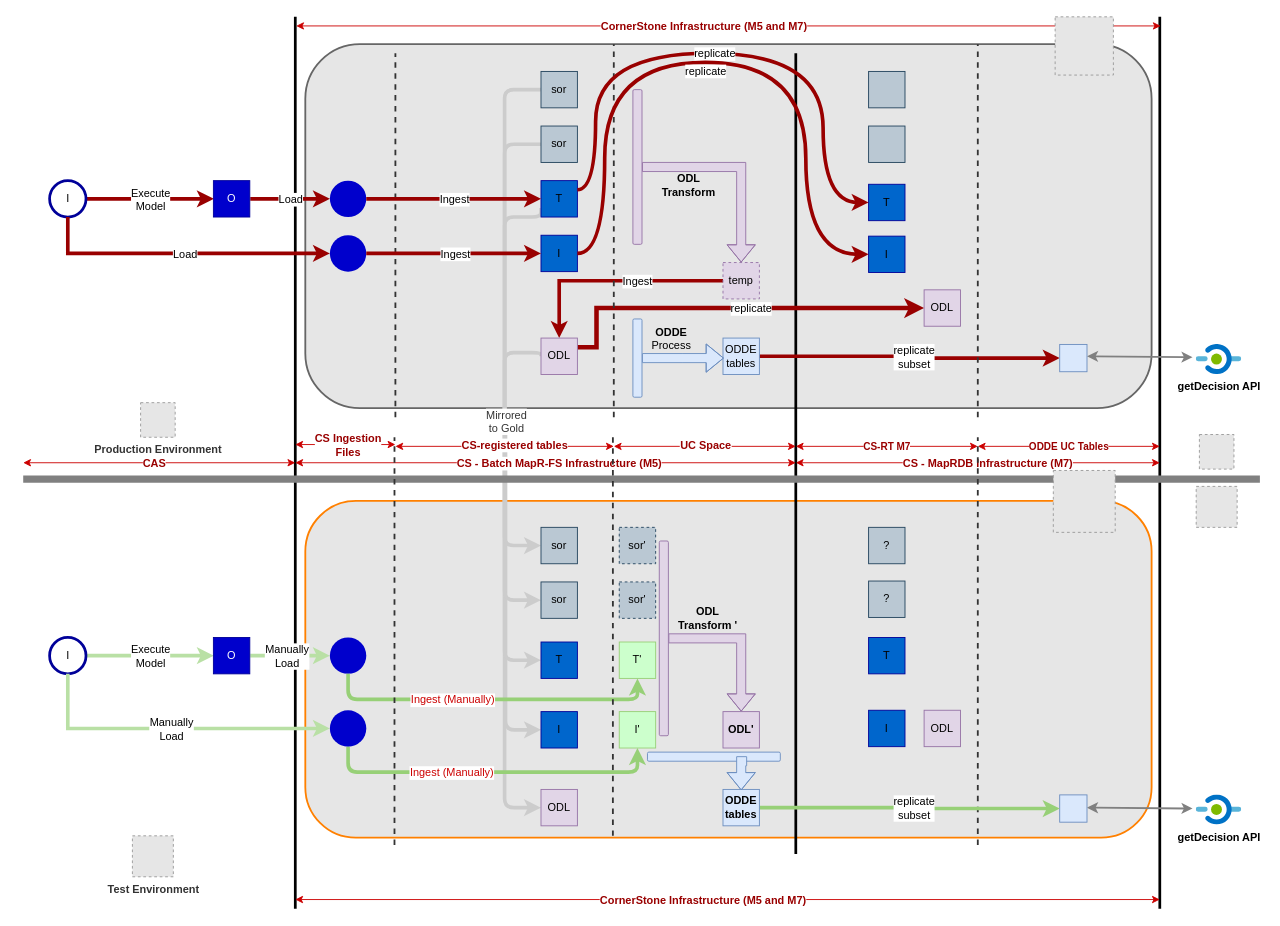
gaurjain/drawio keeps this draw.io diagram as DataflowCS.drawio. Above is the earlier version. Source tidied: cells renumbered, new cells numbered last; positions are measured from the earlier drawing's top-left corner, leaving out a move shared by most shapes. Both pictures are drawn from the tidied source at 91%, with x=0, y=0 at pixel (23, 16). Pictures stored in the file or linked from it are replaced by grey dashed boxes.
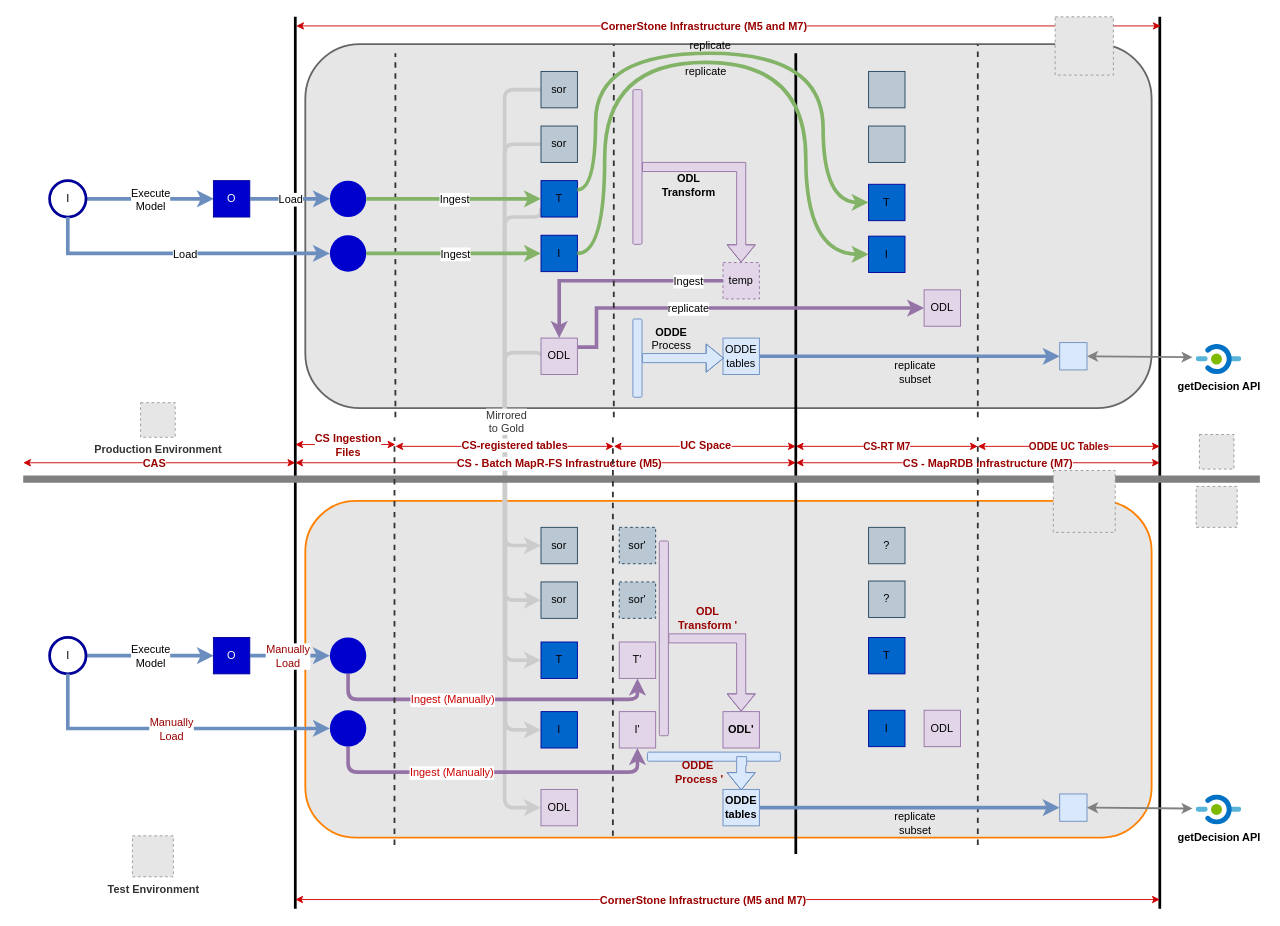
The same page after the edit.

Unchanged cells that the change refers to:
```xml
<mxCell id="15" value="T" style="whiteSpace=wrap;html=1;strokeColor=#000099;fillColor=#0066CC;verticalAlign=middle;" parent="1" vertex="1">
  <mxGeometry x="569" y="180" width="40" height="40" as="geometry" />
</mxCell>
<mxCell id="18" value="temp" style="whiteSpace=wrap;html=1;strokeColor=#9673a6;fillColor=#e1d5e7;dashed=1;" parent="1" vertex="1">
  <mxGeometry x="769" y="270" width="40" height="40" as="geometry" />
</mxCell>
<mxCell id="23" value="ODL" style="whiteSpace=wrap;html=1;fillColor=#e1d5e7;strokeColor=#9673a6;" parent="1" vertex="1">
  <mxGeometry x="569" y="353" width="40" height="40" as="geometry" />
</mxCell>
<mxCell id="28" value="I" style="shape=ellipse;fillColor=none;strokeColor=#000099;html=1;verticalAlign=middle;strokeWidth=3;" parent="1" vertex="1">
  <mxGeometry x="29" y="180" width="40" height="40" as="geometry" />
</mxCell>
<mxCell id="29" style="shape=ellipse;fillColor=#0000CC;strokeColor=none;html=1;verticalAlign=middle;" parent="1" vertex="1">
  <mxGeometry x="337" y="180" width="40" height="40" as="geometry" />
</mxCell>
<mxCell id="50" value="T" style="whiteSpace=wrap;html=1;strokeColor=#000099;fillColor=#0066CC;" parent="1" vertex="1">
  <mxGeometry x="929" y="184" width="40" height="40" as="geometry" />
</mxCell>
<mxCell id="56" style="edgeStyle=orthogonalEdgeStyle;curved=1;rounded=0;jettySize=auto;html=1;strokeColor=#9673a6;strokeWidth=1;shape=flexArrow;exitX=1;exitY=0.5;exitDx=0;exitDy=0;fillColor=#e1d5e7;" parent="1" edge="1" source="55" target="59">
  <mxGeometry relative="1" as="geometry">
    <Array as="points">
      <mxPoint x="789" y="683" />
    </Array>
  </mxGeometry>
</mxCell>
<mxCell id="65" value="I" style="shape=ellipse;fillColor=none;strokeColor=#000099;html=1;verticalAlign=middle;strokeWidth=3;" parent="1" vertex="1">
  <mxGeometry x="29" y="682" width="40" height="40" as="geometry" />
</mxCell>
<mxCell id="66" style="shape=ellipse;fillColor=#0000CC;strokeColor=none;html=1;verticalAlign=middle;" parent="1" vertex="1">
  <mxGeometry x="337" y="682" width="40" height="40" as="geometry" />
</mxCell>
<mxCell id="97" value="I" style="whiteSpace=wrap;html=1;strokeColor=#000099;fillColor=#0066CC;verticalAlign=middle;" parent="1" vertex="1">
  <mxGeometry x="569" y="240" width="40" height="40" as="geometry" />
</mxCell>
<mxCell id="98" style="shape=ellipse;fillColor=#0000CC;strokeColor=none;html=1;verticalAlign=middle;" parent="1" vertex="1">
  <mxGeometry x="337" y="240" width="40" height="40" as="geometry" />
</mxCell>
<mxCell id="103" value="I" style="whiteSpace=wrap;html=1;strokeColor=#000099;fillColor=#0066CC;verticalAlign=middle;" parent="1" vertex="1">
  <mxGeometry x="929" y="241" width="40" height="40" as="geometry" />
</mxCell>
<mxCell id="106" style="shape=ellipse;fillColor=#0000CC;strokeColor=none;html=1;verticalAlign=middle;" parent="1" vertex="1">
  <mxGeometry x="337" y="762" width="40" height="40" as="geometry" />
</mxCell>
<mxCell id="115" value="ODDE&lt;br&gt;tables" style="whiteSpace=wrap;html=1;strokeColor=#6c8ebf;fillColor=#dae8fc;" parent="1" vertex="1">
  <mxGeometry x="769" y="353" width="40" height="40" as="geometry" />
</mxCell>
<mxCell id="118" value="ODL" style="whiteSpace=wrap;html=1;fillColor=#e1d5e7;strokeColor=#9673a6;" parent="1" vertex="1">
  <mxGeometry x="990" y="300" width="40" height="40" as="geometry" />
</mxCell>
<mxCell id="122" value="&lt;b&gt;ODDE&lt;br&gt;tables&lt;/b&gt;" style="whiteSpace=wrap;html=1;strokeColor=#6c8ebf;fillColor=#dae8fc;" parent="1" vertex="1">
  <mxGeometry x="769" y="849" width="40" height="40" as="geometry" />
</mxCell>
<mxCell id="123" style="edgeStyle=orthogonalEdgeStyle;curved=1;rounded=0;jettySize=auto;html=1;strokeColor=#6c8ebf;strokeWidth=1;shape=flexArrow;exitX=1;exitY=0.25;exitDx=0;exitDy=0;fillColor=#dae8fc;" parent="1" edge="1" source="121">
  <mxGeometry relative="1" as="geometry">
    <mxPoint x="789" y="850" as="targetPoint" />
  </mxGeometry>
</mxCell>
```

The edit, as a diff of the source:
```diff
@@
-    <mxCell id="16" style="edgeStyle=orthogonalEdgeStyle;rounded=0;jettySize=auto;html=1;strokeColor=#990000;strokeWidth=4;" parent="1" edge="1" source="18" target="23">
+    <mxCell id="16" style="edgeStyle=orthogonalEdgeStyle;rounded=0;jettySize=auto;html=1;strokeColor=#9673a6;strokeWidth=4;fillColor=#e1d5e7;" parent="1" edge="1" source="18" target="23">
       <mxGeometry relative="1" as="geometry" />
     </mxCell>
     <mxCell id="17" value="Ingest" style="text;html=1;align=center;verticalAlign=middle;labelBackgroundColor=#ffffff;" parent="16" vertex="1">
       <mxGeometry x="-0.39" y="13" relative="1" as="geometry">
-        <mxPoint x="-21" y="-13" as="offset" />
+        <mxPoint x="35" y="-13" as="offset" />
       </mxGeometry>
     </mxCell>
@@
-    <mxCell id="19" style="rounded=0;jettySize=auto;html=1;strokeColor=#990000;strokeWidth=4;edgeStyle=orthogonalEdgeStyle;exitX=1;exitY=0.5;exitDx=0;exitDy=0;" parent="1" edge="1" source="115" target="25">
+    <mxCell id="19" style="rounded=0;jettySize=auto;html=1;strokeColor=#6c8ebf;strokeWidth=4;edgeStyle=orthogonalEdgeStyle;exitX=1;exitY=0.5;exitDx=0;exitDy=0;fillColor=#dae8fc;" parent="1" edge="1" source="115" target="25">
       <mxGeometry relative="1" as="geometry" />
     </mxCell>
-    <mxCell id="20" value="replicate &lt;br&gt;subset" style="text;html=1;align=center;verticalAlign=middle;labelBackgroundColor=#ffffff;" parent="19" vertex="1">
+    <mxCell id="20" value="replicate &lt;br&gt;subset" style="text;html=1;align=center;verticalAlign=middle;labelBackgroundColor=none;" parent="19" vertex="1">
       <mxGeometry x="-0.3" y="-1" relative="1" as="geometry">
-        <mxPoint x="53" y="-1" as="offset" />
+        <mxPoint x="55" y="16" as="offset" />
       </mxGeometry>
     </mxCell>
-    <mxCell id="21" style="edgeStyle=orthogonalEdgeStyle;rounded=0;jettySize=auto;html=1;strokeWidth=5;strokeColor=#990000;exitX=1;exitY=0.25;exitDx=0;exitDy=0;entryX=0;entryY=0.5;entryDx=0;entryDy=0;" parent="1" edge="1" source="23" target="118">
+    <mxCell id="21" style="edgeStyle=orthogonalEdgeStyle;rounded=0;jettySize=auto;html=1;strokeWidth=4;strokeColor=#9673a6;exitX=1;exitY=0.25;exitDx=0;exitDy=0;entryX=0;entryY=0.5;entryDx=0;entryDy=0;fillColor=#e1d5e7;" parent="1" edge="1" source="23" target="118">
       <mxGeometry relative="1" as="geometry">
         <Array as="points">
           <mxPoint x="630" y="363" />
           <mxPoint x="630" y="320" />
         </Array>
       </mxGeometry>
     </mxCell>
     <mxCell id="22" value="replicate" style="text;html=1;align=center;verticalAlign=middle;labelBackgroundColor=#ffffff;" parent="21" vertex="1">
-      <mxGeometry x="0.1" relative="1" as="geometry" />
+      <mxGeometry x="0.1" relative="1" as="geometry">
+        <mxPoint x="-69" as="offset" />
+      </mxGeometry>
     </mxCell>
@@
     <mxCell id="25" style="whiteSpace=wrap;html=1;fillColor=#dae8fc;strokeColor=#6c8ebf;" parent="1" vertex="1">
-      <mxGeometry x="1139" y="360" width="30" height="30" as="geometry" />
+      <mxGeometry x="1139" y="358" width="30" height="30" as="geometry" />
     </mxCell>
-    <mxCell id="26" style="rounded=0;jettySize=auto;html=1;entryX=0;entryY=0.5;entryDx=0;entryDy=0;exitX=1;exitY=0.5;exitDx=0;exitDy=0;strokeColor=#990000;strokeWidth=4;verticalAlign=middle;" parent="1" edge="1" source="28">
+    <mxCell id="26" style="rounded=0;jettySize=auto;html=1;entryX=0;entryY=0.5;entryDx=0;entryDy=0;exitX=1;exitY=0.5;exitDx=0;exitDy=0;strokeColor=#6c8ebf;strokeWidth=4;verticalAlign=middle;fillColor=#dae8fc;" parent="1" edge="1" source="28">
       <mxGeometry relative="1" as="geometry">
         <mxPoint x="209.5" y="200" as="targetPoint" />
       </mxGeometry>
     </mxCell>
@@
-    <mxCell id="31" style="rounded=0;jettySize=auto;html=1;entryX=0;entryY=0.5;entryDx=0;entryDy=0;exitX=1;exitY=0.5;exitDx=0;exitDy=0;strokeColor=#990000;strokeWidth=4;verticalAlign=middle;fillColor=#0000CC;" parent="1" edge="1" target="29">
+    <mxCell id="31" style="rounded=0;jettySize=auto;html=1;entryX=0;entryY=0.5;entryDx=0;entryDy=0;exitX=1;exitY=0.5;exitDx=0;exitDy=0;strokeColor=#6c8ebf;strokeWidth=4;verticalAlign=middle;fillColor=#dae8fc;" parent="1" edge="1" target="29">
       <mxGeometry relative="1" as="geometry">
         <mxPoint x="249.5" y="200" as="sourcePoint" />
       </mxGeometry>
     </mxCell>
@@
-    <mxCell id="51" style="edgeStyle=orthogonalEdgeStyle;curved=1;rounded=0;jettySize=auto;html=1;strokeColor=#990000;strokeWidth=4;entryX=0;entryY=0.5;entryDx=0;entryDy=0;exitX=1;exitY=0.25;exitDx=0;exitDy=0;" parent="1" edge="1" source="15" target="50">
+    <mxCell id="51" style="edgeStyle=orthogonalEdgeStyle;curved=1;rounded=0;jettySize=auto;html=1;strokeColor=#82b366;strokeWidth=4;entryX=0;entryY=0.5;entryDx=0;entryDy=0;exitX=1;exitY=0.25;exitDx=0;exitDy=0;fillColor=#d5e8d4;" parent="1" edge="1" source="15" target="50">
       <mxGeometry relative="1" as="geometry">
         <Array as="points">
           <mxPoint x="629" y="190" />
           <mxPoint x="629" y="40" />
           <mxPoint x="879" y="40" />
           <mxPoint x="879" y="204" />
         </Array>
       </mxGeometry>
     </mxCell>
-    <mxCell id="52" value="replicate" style="text;html=1;align=center;verticalAlign=middle;labelBackgroundColor=#ffffff;" parent="51" vertex="1">
+    <mxCell id="52" value="replicate" style="text;html=1;align=center;verticalAlign=middle;labelBackgroundColor=none;" parent="51" vertex="1">
       <mxGeometry x="0.01" y="3" relative="1" as="geometry">
-        <mxPoint x="-20" y="3" as="offset" />
+        <mxPoint x="-25" y="-6" as="offset" />
       </mxGeometry>
     </mxCell>
@@
-    <mxCell id="57" value="&lt;b&gt;ODL &lt;br&gt;Transform '&lt;/b&gt;" style="text;html=1;align=center;verticalAlign=middle;labelBackgroundColor=none;" parent="56" vertex="1">
+    <mxCell id="57" value="&lt;b&gt;ODL &lt;br&gt;Transform '&lt;/b&gt;" style="text;html=1;align=center;verticalAlign=middle;labelBackgroundColor=none;fontColor=#990000;" parent="56" vertex="1">
       <mxGeometry x="-0.3" y="-2" relative="1" as="geometry">
         <mxPoint x="-14" y="-25" as="offset" />
       </mxGeometry>
     </mxCell>
-    <mxCell id="58" value="T'" style="whiteSpace=wrap;html=1;strokeColor=#97D077;fillColor=#CCFFCC;verticalAlign=middle;" parent="1" vertex="1">
+    <mxCell id="58" value="T'" style="whiteSpace=wrap;html=1;strokeColor=#9673a6;fillColor=#e1d5e7;verticalAlign=middle;" parent="1" vertex="1">
       <mxGeometry x="655" y="687" width="40" height="40" as="geometry" />
     </mxCell>
@@
     <mxCell id="62" style="whiteSpace=wrap;html=1;fillColor=#dae8fc;strokeColor=#6c8ebf;" parent="1" vertex="1">
-      <mxGeometry x="1139" y="855" width="30" height="30" as="geometry" />
+      <mxGeometry x="1139" y="854" width="30" height="30" as="geometry" />
     </mxCell>
-    <mxCell id="63" style="rounded=0;jettySize=auto;html=1;entryX=0;entryY=0.5;entryDx=0;entryDy=0;exitX=1;exitY=0.5;exitDx=0;exitDy=0;strokeColor=#B9E0A5;strokeWidth=4;verticalAlign=middle;" parent="1" edge="1" source="65">
+    <mxCell id="63" style="rounded=0;jettySize=auto;html=1;entryX=0;entryY=0.5;entryDx=0;entryDy=0;exitX=1;exitY=0.5;exitDx=0;exitDy=0;strokeColor=#6c8ebf;strokeWidth=4;verticalAlign=middle;fillColor=#dae8fc;" parent="1" edge="1" source="65">
       <mxGeometry relative="1" as="geometry">
         <mxPoint x="209.5" y="702" as="targetPoint" />
       </mxGeometry>
     </mxCell>
@@
-    <mxCell id="67" style="rounded=0;jettySize=auto;html=1;entryX=0;entryY=0.5;entryDx=0;entryDy=0;exitX=1;exitY=0.5;exitDx=0;exitDy=0;strokeColor=#B9E0A5;strokeWidth=4;verticalAlign=middle;fillColor=#0000CC;" parent="1" edge="1" target="66">
+    <mxCell id="67" style="rounded=0;jettySize=auto;html=1;entryX=0;entryY=0.5;entryDx=0;entryDy=0;exitX=1;exitY=0.5;exitDx=0;exitDy=0;strokeColor=#6c8ebf;strokeWidth=4;verticalAlign=middle;fillColor=#dae8fc;" parent="1" edge="1" target="66">
       <mxGeometry relative="1" as="geometry">
         <mxPoint x="249.5" y="702" as="sourcePoint" />
       </mxGeometry>
     </mxCell>
-    <mxCell id="68" value="Manually&lt;br&gt;Load" style="text;html=1;align=center;verticalAlign=middle;labelBackgroundColor=#ffffff;fillColor=#0000CC;" parent="67" vertex="1">
+    <mxCell id="68" value="Manually&lt;br&gt;Load" style="text;html=1;align=center;verticalAlign=middle;labelBackgroundColor=#ffffff;fillColor=#0000CC;fontColor=#990000;" parent="67" vertex="1">
       <mxGeometry x="0.03" y="-1" relative="1" as="geometry">
-        <mxPoint x="-5.5" y="-1" as="offset" />
+        <mxPoint x="-4.5" y="-1" as="offset" />
       </mxGeometry>
     </mxCell>
@@
-    <mxCell id="74" style="endArrow=classic;html=1;strokeColor=#97D077;strokeWidth=4;fillColor=#B3B3B3;fontColor=#CC0000;exitX=0.5;exitY=1;exitDx=0;exitDy=0;entryX=0.5;entryY=1;entryDx=0;entryDy=0;edgeStyle=orthogonalEdgeStyle;" parent="1" edge="1" source="66" target="58">
+    <mxCell id="74" style="endArrow=classic;html=1;strokeColor=#9673a6;strokeWidth=4;fillColor=#e1d5e7;fontColor=#CC0000;exitX=0.5;exitY=1;exitDx=0;exitDy=0;entryX=0.5;entryY=1;entryDx=0;entryDy=0;edgeStyle=orthogonalEdgeStyle;" parent="1" edge="1" source="66" target="58">
       <mxGeometry relative="1" as="geometry">
         <Array as="points">
           <mxPoint x="357" y="750" />
           <mxPoint x="675" y="750" />
         </Array>
       </mxGeometry>
     </mxCell>
@@
-    <mxCell id="76" style="rounded=0;jettySize=auto;html=1;exitX=1;exitY=0.5;exitDx=0;exitDy=0;strokeColor=#990000;strokeWidth=4;edgeStyle=orthogonalEdgeStyle;curved=1;verticalAlign=middle;" parent="1" edge="1" source="29" target="15">
+    <mxCell id="76" style="rounded=0;jettySize=auto;html=1;exitX=1;exitY=0.5;exitDx=0;exitDy=0;strokeColor=#82b366;strokeWidth=4;edgeStyle=orthogonalEdgeStyle;curved=1;verticalAlign=middle;fillColor=#d5e8d4;" parent="1" edge="1" source="29" target="15">
       <mxGeometry relative="1" as="geometry" />
     </mxCell>
@@
-    <mxCell id="99" style="rounded=0;jettySize=auto;html=1;entryX=0;entryY=0.5;entryDx=0;entryDy=0;exitX=0.5;exitY=1;exitDx=0;exitDy=0;strokeColor=#990000;strokeWidth=4;verticalAlign=middle;fillColor=#0000CC;edgeStyle=orthogonalEdgeStyle;" parent="1" edge="1" source="28" target="98">
+    <mxCell id="99" style="rounded=0;jettySize=auto;html=1;entryX=0;entryY=0.5;entryDx=0;entryDy=0;exitX=0.5;exitY=1;exitDx=0;exitDy=0;strokeColor=#6c8ebf;strokeWidth=4;verticalAlign=middle;fillColor=#dae8fc;edgeStyle=orthogonalEdgeStyle;" parent="1" edge="1" source="28" target="98">
       <mxGeometry relative="1" as="geometry" />
     </mxCell>
@@
-    <mxCell id="101" style="rounded=0;jettySize=auto;html=1;exitX=1;exitY=0.5;exitDx=0;exitDy=0;strokeColor=#990000;strokeWidth=4;edgeStyle=orthogonalEdgeStyle;curved=1;verticalAlign=middle;" parent="1" edge="1" source="98">
+    <mxCell id="101" style="rounded=0;jettySize=auto;html=1;exitX=1;exitY=0.5;exitDx=0;exitDy=0;strokeColor=#82b366;strokeWidth=4;edgeStyle=orthogonalEdgeStyle;curved=1;verticalAlign=middle;fillColor=#d5e8d4;" parent="1" edge="1" source="98">
       <mxGeometry relative="1" as="geometry">
         <mxPoint x="569" y="260" as="targetPoint" />
       </mxGeometry>
     </mxCell>
@@
-    <mxCell id="104" style="edgeStyle=orthogonalEdgeStyle;curved=1;rounded=0;jettySize=auto;html=1;strokeColor=#990000;strokeWidth=4;entryX=0;entryY=0.5;entryDx=0;entryDy=0;exitX=1;exitY=0.5;exitDx=0;exitDy=0;" parent="1" edge="1" source="97" target="103">
+    <mxCell id="104" style="edgeStyle=orthogonalEdgeStyle;curved=1;rounded=0;jettySize=auto;html=1;strokeColor=#82b366;strokeWidth=4;entryX=0;entryY=0.5;entryDx=0;entryDy=0;exitX=1;exitY=0.5;exitDx=0;exitDy=0;fillColor=#d5e8d4;" parent="1" edge="1" source="97" target="103">
       <mxGeometry relative="1" as="geometry">
         <Array as="points">
           <mxPoint x="639" y="260" />
           <mxPoint x="639" y="50" />
           <mxPoint x="860" y="50" />
           <mxPoint x="860" y="261" />
         </Array>
       </mxGeometry>
     </mxCell>
-    <mxCell id="105" value="replicate" style="text;html=1;align=center;verticalAlign=middle;labelBackgroundColor=#ffffff;" parent="104" vertex="1">
+    <mxCell id="105" value="replicate" style="text;html=1;align=center;verticalAlign=middle;labelBackgroundColor=none;" parent="104" vertex="1">
       <mxGeometry x="0.01" y="3" relative="1" as="geometry">
         <mxPoint x="-24" y="12" as="offset" />
       </mxGeometry>
     </mxCell>
@@
-    <mxCell id="107" style="rounded=0;jettySize=auto;html=1;entryX=0;entryY=0.5;entryDx=0;entryDy=0;exitX=0.5;exitY=1;exitDx=0;exitDy=0;strokeColor=#B9E0A5;strokeWidth=4;verticalAlign=middle;fillColor=#0000CC;edgeStyle=orthogonalEdgeStyle;" parent="1" edge="1" source="65" target="106">
+    <mxCell id="107" style="rounded=0;jettySize=auto;html=1;entryX=0;entryY=0.5;entryDx=0;entryDy=0;exitX=0.5;exitY=1;exitDx=0;exitDy=0;strokeColor=#6c8ebf;strokeWidth=4;verticalAlign=middle;fillColor=#dae8fc;edgeStyle=orthogonalEdgeStyle;" parent="1" edge="1" source="65" target="106">
       <mxGeometry relative="1" as="geometry" />
     </mxCell>
-    <mxCell id="108" value="Manually&lt;br&gt;Load" style="text;html=1;align=center;verticalAlign=middle;labelBackgroundColor=#ffffff;fillColor=#0000CC;" parent="107" vertex="1">
+    <mxCell id="108" value="Manually&lt;br&gt;Load" style="text;html=1;align=center;verticalAlign=middle;labelBackgroundColor=#ffffff;fillColor=#0000CC;fontColor=#990000;" parent="107" vertex="1">
       <mxGeometry x="0.03" y="-1" relative="1" as="geometry">
         <mxPoint x="-5.5" y="-1" as="offset" />
       </mxGeometry>
     </mxCell>
@@
-    <mxCell id="110" value="I'" style="whiteSpace=wrap;html=1;strokeColor=#97D077;fillColor=#CCFFCC;verticalAlign=middle;" parent="1" vertex="1">
+    <mxCell id="110" value="I'" style="whiteSpace=wrap;html=1;strokeColor=#9673a6;fillColor=#e1d5e7;verticalAlign=middle;" parent="1" vertex="1">
       <mxGeometry x="655" y="763.5" width="40" height="40" as="geometry" />
     </mxCell>
-    <mxCell id="111" style="endArrow=classic;html=1;strokeColor=#97D077;strokeWidth=4;fillColor=#B3B3B3;fontColor=#CC0000;exitX=0.5;exitY=1;exitDx=0;exitDy=0;entryX=0.5;entryY=1;entryDx=0;entryDy=0;edgeStyle=orthogonalEdgeStyle;" parent="1" edge="1" source="106" target="110">
+    <mxCell id="111" style="endArrow=classic;html=1;strokeColor=#9673a6;strokeWidth=4;fillColor=#e1d5e7;fontColor=#CC0000;exitX=0.5;exitY=1;exitDx=0;exitDy=0;entryX=0.5;entryY=1;entryDx=0;entryDy=0;edgeStyle=orthogonalEdgeStyle;" parent="1" edge="1" source="106" target="110">
       <mxGeometry relative="1" as="geometry">
         <Array as="points">
           <mxPoint x="357" y="830" />
           <mxPoint x="675" y="830" />
         </Array>
       </mxGeometry>
     </mxCell>
@@
-    <mxCell id="119" style="rounded=0;jettySize=auto;html=1;strokeColor=#97D077;strokeWidth=4;edgeStyle=orthogonalEdgeStyle;exitX=1;exitY=0.5;exitDx=0;exitDy=0;entryX=0;entryY=0.5;entryDx=0;entryDy=0;" parent="1" edge="1" source="122" target="62">
+    <mxCell id="119" style="rounded=0;jettySize=auto;html=1;strokeColor=#6c8ebf;strokeWidth=4;edgeStyle=orthogonalEdgeStyle;exitX=1;exitY=0.5;exitDx=0;exitDy=0;entryX=0;entryY=0.5;entryDx=0;entryDy=0;fillColor=#dae8fc;" parent="1" edge="1" source="122" target="62">
       <mxGeometry relative="1" as="geometry" />
     </mxCell>
-    <mxCell id="120" value="replicate &lt;br&gt;subset" style="text;html=1;align=center;verticalAlign=middle;labelBackgroundColor=#ffffff;" parent="119" vertex="1">
+    <mxCell id="120" value="replicate &lt;br&gt;subset" style="text;html=1;align=center;verticalAlign=middle;labelBackgroundColor=none;" parent="119" vertex="1">
       <mxGeometry x="-0.3" y="-1" relative="1" as="geometry">
-        <mxPoint x="53" y="-1" as="offset" />
+        <mxPoint x="55" y="15" as="offset" />
       </mxGeometry>
     </mxCell>
@@
+    <mxCell id="129" value="ODDE&lt;br&gt;&amp;nbsp;Process '" style="text;html=1;align=center;verticalAlign=middle;labelBackgroundColor=none;fontColor=#990000;fontStyle=1;" parent="123" vertex="1">
+      <mxGeometry x="-0.1" y="3" relative="1" as="geometry">
+        <mxPoint x="-52" y="1" as="offset" />
+      </mxGeometry>
+    </mxCell>
```
